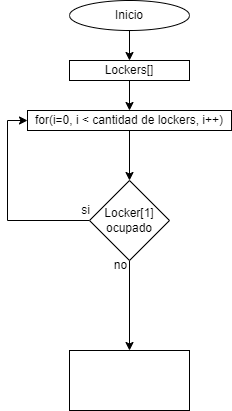
dasamepu/Flujo-de-funciones-para-encapsular-algoritmos keeps this draw.io diagram as Locker para bicicletas.png. Above is the earlier version. Source tidied: cells renumbered, new cells last; positions are measured from the earlier drawing's top-left corner, leaving out a move shared by most shapes. Source of this version:
```xml
<mxGraphModel>
  <root>
    <mxCell id="0" />
    <mxCell id="1" parent="0" />
    <mxCell id="2" style="edgeStyle=orthogonalEdgeStyle;rounded=0;jettySize=auto;html=1;" parent="1" edge="1" source="3" target="5">
      <mxGeometry relative="1" as="geometry" />
    </mxCell>
    <mxCell id="3" value="Inicio" style="ellipse;whiteSpace=wrap;html=1;" parent="1" vertex="1">
      <mxGeometry x="62" width="120" height="30" as="geometry" />
    </mxCell>
    <mxCell id="4" style="edgeStyle=orthogonalEdgeStyle;rounded=0;jettySize=auto;html=1;" parent="1" edge="1" source="5" target="7">
      <mxGeometry relative="1" as="geometry" />
    </mxCell>
    <mxCell id="5" value="Lockers[]" style="whiteSpace=wrap;html=1;" parent="1" vertex="1">
      <mxGeometry x="62" y="60" width="120" height="20" as="geometry" />
    </mxCell>
    <mxCell id="6" style="edgeStyle=orthogonalEdgeStyle;rounded=0;jettySize=auto;html=1;" parent="1" edge="1" source="7" target="10">
      <mxGeometry relative="1" as="geometry" />
    </mxCell>
    <mxCell id="7" value="for(i=0, i &amp;lt; cantidad de lockers, i++)" style="whiteSpace=wrap;html=1;" parent="1" vertex="1">
      <mxGeometry x="20" y="110" width="204" height="20" as="geometry" />
    </mxCell>
    <mxCell id="8" style="edgeStyle=orthogonalEdgeStyle;rounded=0;jettySize=auto;html=1;entryX=0;entryY=0.5;entryDx=0;entryDy=0;" parent="1" edge="1" source="10" target="7">
      <mxGeometry relative="1" as="geometry">
        <Array as="points">
          <mxPoint y="220" />
          <mxPoint y="120" />
        </Array>
      </mxGeometry>
    </mxCell>
    <mxCell id="9" style="edgeStyle=orthogonalEdgeStyle;rounded=0;jettySize=auto;html=1;" parent="1" edge="1" source="10" target="13">
      <mxGeometry relative="1" as="geometry" />
    </mxCell>
    <mxCell id="10" value="Locker[1] ocupado" style="rhombus;whiteSpace=wrap;html=1;" parent="1" vertex="1">
      <mxGeometry x="82" y="180" width="80" height="80" as="geometry" />
    </mxCell>
    <mxCell id="11" value="no" style="text;html=1;align=center;verticalAlign=middle;strokeColor=none;fillColor=none;" parent="1" vertex="1">
      <mxGeometry x="93" y="250" width="40" height="30" as="geometry" />
    </mxCell>
    <mxCell id="12" value="si" style="text;html=1;align=center;verticalAlign=middle;strokeColor=none;fillColor=none;" parent="1" vertex="1">
      <mxGeometry x="63" y="195" width="30" height="30" as="geometry" />
    </mxCell>
    <mxCell id="13" style="whiteSpace=wrap;html=1;" parent="1" vertex="1">
      <mxGeometry x="62" y="350" width="120" height="60" as="geometry" />
    </mxCell>
  </root>
</mxGraphModel>
```
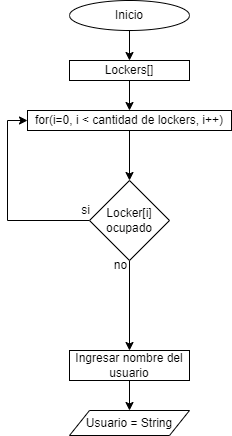
Above is the later version.

Diff of the diagram source:
```diff
@@ -31,7 +31,7 @@
     <mxCell id="9" style="edgeStyle=orthogonalEdgeStyle;rounded=0;jettySize=auto;html=1;" parent="1" edge="1" source="10" target="13">
       <mxGeometry relative="1" as="geometry" />
     </mxCell>
-    <mxCell id="10" value="Locker[1] ocupado" style="rhombus;whiteSpace=wrap;html=1;" parent="1" vertex="1">
+    <mxCell id="10" value="Locker[i] ocupado" style="rhombus;whiteSpace=wrap;html=1;" parent="1" vertex="1">
       <mxGeometry x="82" y="180" width="80" height="80" as="geometry" />
     </mxCell>
     <mxCell id="11" value="no" style="text;html=1;align=center;verticalAlign=middle;strokeColor=none;fillColor=none;" parent="1" vertex="1">
@@ -40,8 +40,14 @@
     <mxCell id="12" value="si" style="text;html=1;align=center;verticalAlign=middle;strokeColor=none;fillColor=none;" parent="1" vertex="1">
       <mxGeometry x="63" y="195" width="30" height="30" as="geometry" />
     </mxCell>
+    <mxCell id="14" style="edgeStyle=orthogonalEdgeStyle;rounded=0;jettySize=auto;html=1;" parent="1" edge="1" source="13" target="15">
+      <mxGeometry relative="1" as="geometry" />
+    </mxCell>
-    <mxCell id="13" style="whiteSpace=wrap;html=1;" parent="1" vertex="1">
-      <mxGeometry x="62" y="350" width="120" height="60" as="geometry" />
+    <mxCell id="13" value="Ingresar nombre del usuario" style="whiteSpace=wrap;html=1;" parent="1" vertex="1">
+      <mxGeometry x="62" y="350" width="120" height="30" as="geometry" />
     </mxCell>
+    <mxCell id="15" value="Usuario = String" style="shape=parallelogram;perimeter=parallelogramPerimeter;whiteSpace=wrap;html=1;fixedSize=1;" parent="1" vertex="1">
+      <mxGeometry x="62" y="410" width="120" height="25" as="geometry" />
+    </mxCell>
   </root>
 </mxGraphModel>
```
